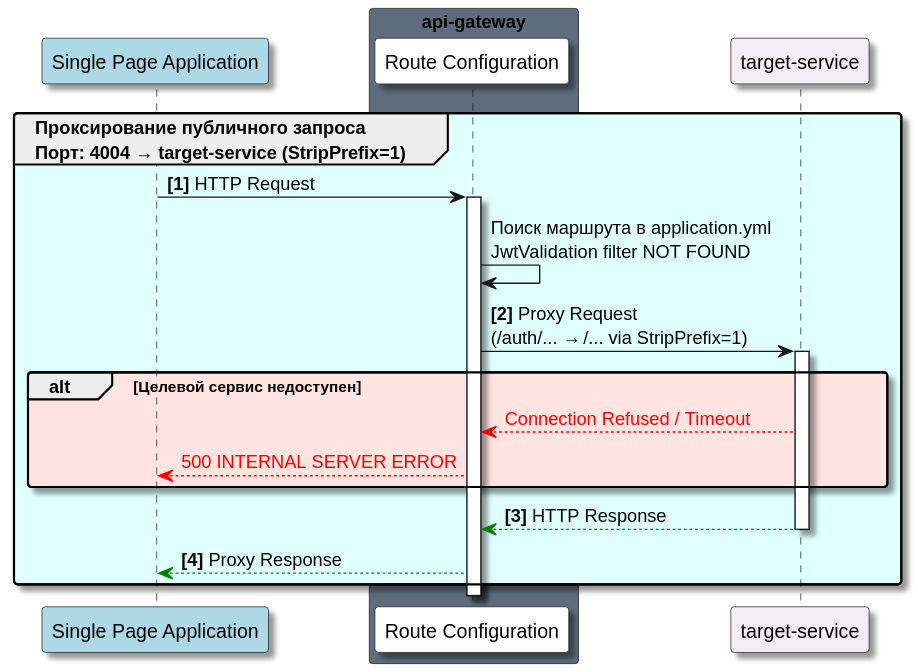
The PlantUML diagram Docs/As-is/Diagrams/APIGateway.routing.svg in ni1a207/Healthcare-System, before a commit.
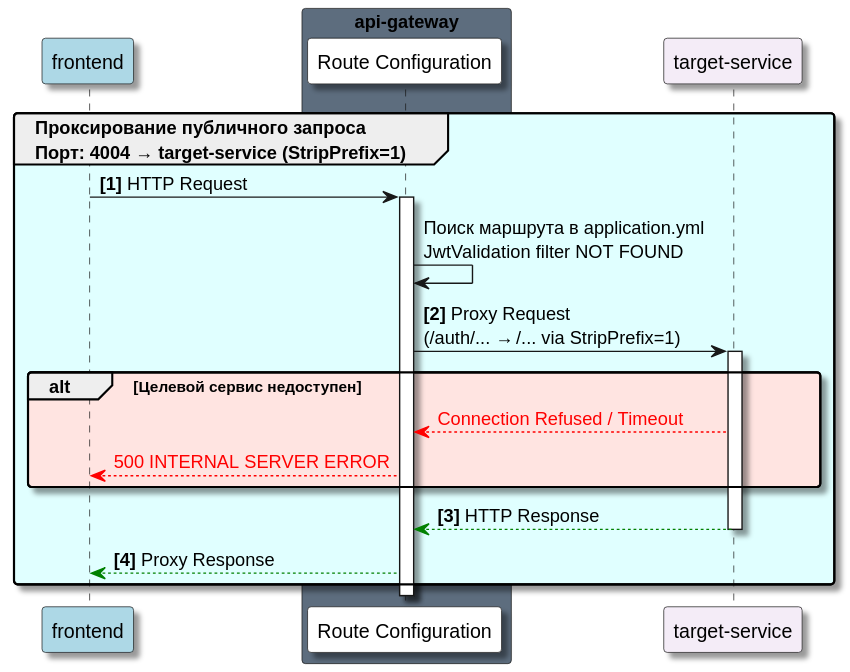
The same file after the commit.

Change to the diagram source:
```diff
@@ -3,7 +3,7 @@
 skinparam RoundCorner 5
 skinparam MaxMessageSize 250
 
-participant "Single Page Application" as SPA #LightBlue
+participant "frontend" as SPA #LightBlue
 
 box "api-gateway" #5D6D7E
     participant "Route Configuration" as RC #White
```
